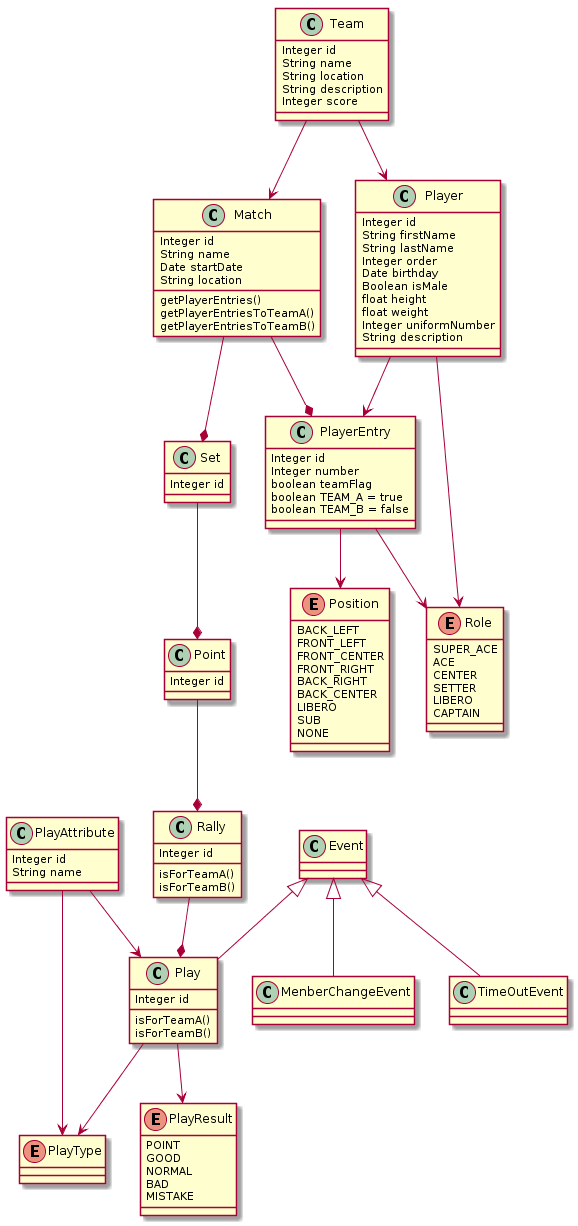
Above: documents/classes.png in uskysd/SmartVolley (PlantUML), before the change.
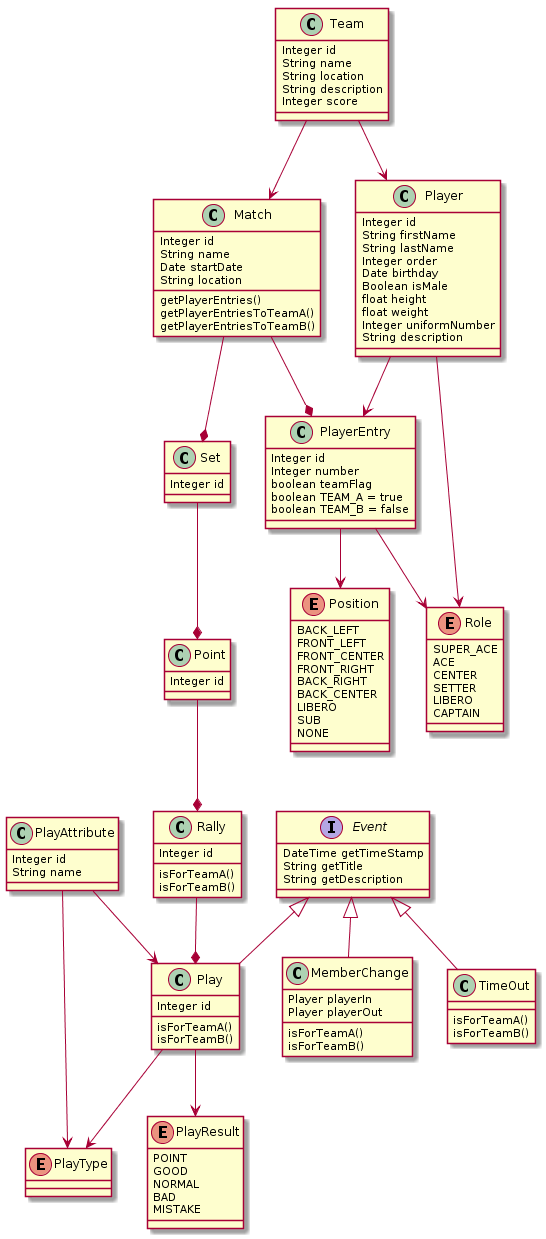
The same file after the commit.

The edit, as a diff of the source:
```diff
@@ -17,10 +17,15 @@
 PlayAttribute --> Play
 
 
-Event <|-- MenberChangeEvent
-Event <|-- TimeOutEvent
+Event <|-- MemberChange
+Event <|-- TimeOut
 Event <|-- Play
 
+interface Event {
+    DateTime getTimeStamp
+    String getTitle
+    String getDescription
+}
 
 
 class Team {
@@ -123,5 +128,18 @@
     NONE
 }
 
+class MemberChange {
+
+    Player playerIn
+    Player playerOut
+    isForTeamA()
+    isForTeamB()
+}
+
+
+class TimeOut {
+    isForTeamA()
+    isForTeamB()
+}
 
 @enduml
```
